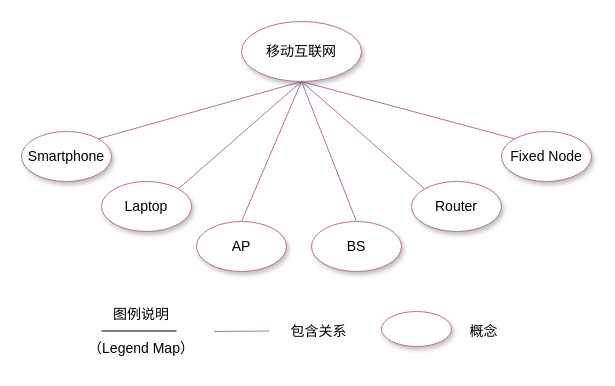
Earlier version of the draw.io diagram page "动态网络组分划分" (1 of 6) of 时间自动机.drawio (Icarus1994/neutron_conf). Source tidied: cells renumbered, new cells numbered last; positions are measured from the earlier drawing's top-left corner, leaving out a move shared by most shapes. Both pictures are drawn from the tidied source at 100%, with x=0, y=0 at pixel (21, 21).
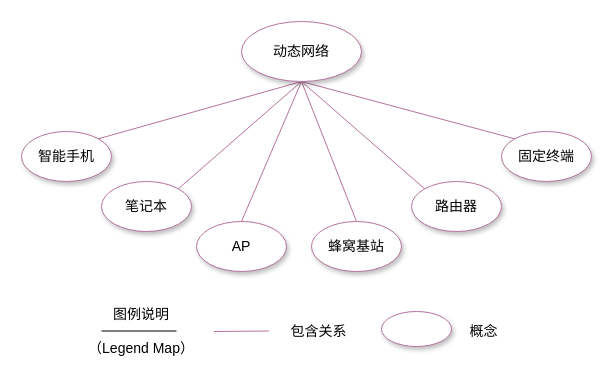
The same diagram, later.

The edit, as a diff of the source:
```diff
@@
-    <mxCell id="8" value="移动互联网" style="ellipse;whiteSpace=wrap;html=1;strokeColor=#B5739D;shadow=1;fontSize=14;" parent="1" vertex="1">
+    <mxCell id="8" value="动态网络" style="ellipse;whiteSpace=wrap;html=1;strokeColor=#B5739D;shadow=1;fontSize=14;" parent="1" vertex="1">
       <mxGeometry x="220" width="120" height="60" as="geometry" />
     </mxCell>
-    <mxCell id="9" value="Smartphone" style="ellipse;whiteSpace=wrap;html=1;strokeColor=#B5739D;shadow=1;fontSize=14;" parent="1" vertex="1">
+    <mxCell id="9" value="智能手机" style="ellipse;whiteSpace=wrap;html=1;strokeColor=#B5739D;shadow=1;fontSize=14;" parent="1" vertex="1">
       <mxGeometry y="110" width="90" height="50" as="geometry" />
     </mxCell>
-    <mxCell id="10" value="Laptop" style="ellipse;whiteSpace=wrap;html=1;strokeColor=#B5739D;shadow=1;fontSize=14;" parent="1" vertex="1">
+    <mxCell id="10" value="笔记本" style="ellipse;whiteSpace=wrap;html=1;strokeColor=#B5739D;shadow=1;fontSize=14;" parent="1" vertex="1">
       <mxGeometry x="80" y="160" width="90" height="50" as="geometry" />
     </mxCell>
@@
-    <mxCell id="12" value="BS" style="ellipse;whiteSpace=wrap;html=1;strokeColor=#B5739D;shadow=1;fontSize=14;" parent="1" vertex="1">
+    <mxCell id="12" value="蜂窝基站" style="ellipse;whiteSpace=wrap;html=1;strokeColor=#B5739D;shadow=1;fontSize=14;" parent="1" vertex="1">
       <mxGeometry x="290" y="200" width="90" height="50" as="geometry" />
     </mxCell>
-    <mxCell id="13" value="Fixed Node" style="ellipse;whiteSpace=wrap;html=1;strokeColor=#B5739D;shadow=1;fontSize=14;" parent="1" vertex="1">
+    <mxCell id="13" value="固定终端" style="ellipse;whiteSpace=wrap;html=1;strokeColor=#B5739D;shadow=1;fontSize=14;" parent="1" vertex="1">
       <mxGeometry x="480" y="110" width="90" height="50" as="geometry" />
     </mxCell>
-    <mxCell id="14" value="Router" style="ellipse;whiteSpace=wrap;html=1;strokeColor=#B5739D;shadow=1;fontSize=14;" parent="1" vertex="1">
+    <mxCell id="14" value="路由器" style="ellipse;whiteSpace=wrap;html=1;strokeColor=#B5739D;shadow=1;fontSize=14;" parent="1" vertex="1">
       <mxGeometry x="390" y="160" width="90" height="50" as="geometry" />
     </mxCell>
```
